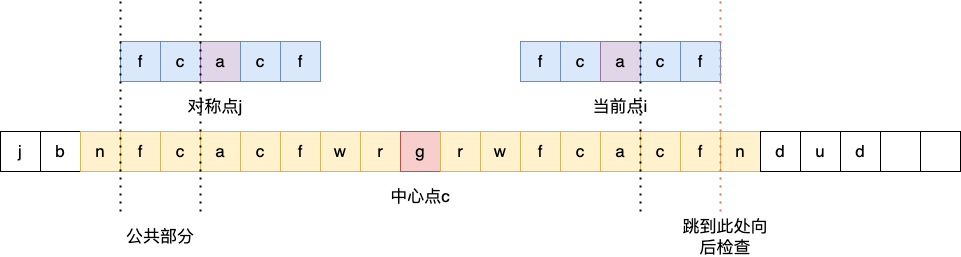
This is docs/01 算法/assets/类型02-字符串/Manacher.png from givedrug/coder-notes, a draw.io export, as it was before one commit. Source tidied: cells renumbered, new cells last; positions are measured from the earlier drawing's top-left corner, leaving out a move shared by most shapes. Source of this version:
```xml
<mxGraphModel>
  <root>
    <mxCell id="0" />
    <mxCell id="1" parent="0" />
    <mxCell id="2" value="j" style="whiteSpace=wrap;html=1;fontSize=17;" parent="1" vertex="1">
      <mxGeometry y="130" width="40" height="40" as="geometry" />
    </mxCell>
    <mxCell id="3" value="b" style="whiteSpace=wrap;html=1;fontSize=17;" parent="1" vertex="1">
      <mxGeometry x="40" y="130" width="40" height="40" as="geometry" />
    </mxCell>
    <mxCell id="4" value="n" style="whiteSpace=wrap;html=1;fontSize=17;fillColor=#fff2cc;strokeColor=#d6b656;" parent="1" vertex="1">
      <mxGeometry x="80" y="130" width="40" height="40" as="geometry" />
    </mxCell>
    <mxCell id="5" value="f" style="whiteSpace=wrap;html=1;fontSize=17;fillColor=#fff2cc;strokeColor=#d6b656;" parent="1" vertex="1">
      <mxGeometry x="120" y="130" width="40" height="40" as="geometry" />
    </mxCell>
    <mxCell id="6" value="c" style="whiteSpace=wrap;html=1;fontSize=17;fillColor=#fff2cc;strokeColor=#d6b656;" parent="1" vertex="1">
      <mxGeometry x="160" y="130" width="40" height="40" as="geometry" />
    </mxCell>
    <mxCell id="7" value="a" style="whiteSpace=wrap;html=1;fontSize=17;fillColor=#fff2cc;strokeColor=#d6b656;" parent="1" vertex="1">
      <mxGeometry x="200" y="130" width="40" height="40" as="geometry" />
    </mxCell>
    <mxCell id="8" value="c" style="whiteSpace=wrap;html=1;fontSize=17;fillColor=#fff2cc;strokeColor=#d6b656;" parent="1" vertex="1">
      <mxGeometry x="240" y="130" width="40" height="40" as="geometry" />
    </mxCell>
    <mxCell id="9" value="f" style="whiteSpace=wrap;html=1;fontSize=17;fillColor=#fff2cc;strokeColor=#d6b656;" parent="1" vertex="1">
      <mxGeometry x="280" y="130" width="40" height="40" as="geometry" />
    </mxCell>
    <mxCell id="10" value="w" style="whiteSpace=wrap;html=1;fontSize=17;fillColor=#fff2cc;strokeColor=#d6b656;" parent="1" vertex="1">
      <mxGeometry x="320" y="130" width="40" height="40" as="geometry" />
    </mxCell>
    <mxCell id="11" value="r" style="whiteSpace=wrap;html=1;fontSize=17;fillColor=#fff2cc;strokeColor=#d6b656;" parent="1" vertex="1">
      <mxGeometry x="360" y="130" width="40" height="40" as="geometry" />
    </mxCell>
    <mxCell id="12" value="g" style="whiteSpace=wrap;html=1;fontSize=17;fillColor=#f8cecc;strokeColor=#b85450;" parent="1" vertex="1">
      <mxGeometry x="400" y="130" width="40" height="40" as="geometry" />
    </mxCell>
    <mxCell id="13" value="r" style="whiteSpace=wrap;html=1;fontSize=17;fillColor=#fff2cc;strokeColor=#d6b656;" parent="1" vertex="1">
      <mxGeometry x="440" y="130" width="40" height="40" as="geometry" />
    </mxCell>
    <mxCell id="14" value="w" style="whiteSpace=wrap;html=1;fontSize=17;fillColor=#fff2cc;strokeColor=#d6b656;" parent="1" vertex="1">
      <mxGeometry x="480" y="130" width="40" height="40" as="geometry" />
    </mxCell>
    <mxCell id="15" value="f" style="whiteSpace=wrap;html=1;fontSize=17;fillColor=#fff2cc;strokeColor=#d6b656;" parent="1" vertex="1">
      <mxGeometry x="520" y="130" width="40" height="40" as="geometry" />
    </mxCell>
    <mxCell id="16" value="c" style="whiteSpace=wrap;html=1;fontSize=17;fillColor=#fff2cc;strokeColor=#d6b656;" parent="1" vertex="1">
      <mxGeometry x="560" y="130" width="40" height="40" as="geometry" />
    </mxCell>
    <mxCell id="17" value="a" style="whiteSpace=wrap;html=1;fontSize=17;fillColor=#fff2cc;strokeColor=#d6b656;" parent="1" vertex="1">
      <mxGeometry x="600" y="130" width="40" height="40" as="geometry" />
    </mxCell>
    <mxCell id="18" value="c" style="whiteSpace=wrap;html=1;fontSize=17;fillColor=#fff2cc;strokeColor=#d6b656;" parent="1" vertex="1">
      <mxGeometry x="640" y="130" width="40" height="40" as="geometry" />
    </mxCell>
    <mxCell id="19" value="f" style="whiteSpace=wrap;html=1;fontSize=17;fillColor=#fff2cc;strokeColor=#d6b656;" parent="1" vertex="1">
      <mxGeometry x="680" y="130" width="40" height="40" as="geometry" />
    </mxCell>
    <mxCell id="20" value="n" style="whiteSpace=wrap;html=1;fontSize=17;fillColor=#fff2cc;strokeColor=#d6b656;" parent="1" vertex="1">
      <mxGeometry x="720" y="130" width="40" height="40" as="geometry" />
    </mxCell>
    <mxCell id="21" value="d" style="whiteSpace=wrap;html=1;fontSize=17;" parent="1" vertex="1">
      <mxGeometry x="760" y="130" width="40" height="40" as="geometry" />
    </mxCell>
    <mxCell id="22" value="u" style="whiteSpace=wrap;html=1;fontSize=17;" parent="1" vertex="1">
      <mxGeometry x="800" y="130" width="40" height="40" as="geometry" />
    </mxCell>
    <mxCell id="23" value="d" style="whiteSpace=wrap;html=1;fontSize=17;" parent="1" vertex="1">
      <mxGeometry x="840" y="130" width="40" height="40" as="geometry" />
    </mxCell>
    <mxCell id="24" style="whiteSpace=wrap;html=1;fontSize=17;" parent="1" vertex="1">
      <mxGeometry x="880" y="130" width="40" height="40" as="geometry" />
    </mxCell>
    <mxCell id="25" style="whiteSpace=wrap;html=1;fontSize=17;" parent="1" vertex="1">
      <mxGeometry x="920" y="130" width="40" height="40" as="geometry" />
    </mxCell>
    <mxCell id="26" value="f" style="whiteSpace=wrap;html=1;fontSize=17;fillColor=#dae8fc;strokeColor=#6c8ebf;" parent="1" vertex="1">
      <mxGeometry x="120" y="40" width="40" height="40" as="geometry" />
    </mxCell>
    <mxCell id="27" value="c" style="whiteSpace=wrap;html=1;fontSize=17;fillColor=#dae8fc;strokeColor=#6c8ebf;" parent="1" vertex="1">
      <mxGeometry x="160" y="40" width="40" height="40" as="geometry" />
    </mxCell>
    <mxCell id="28" value="a" style="whiteSpace=wrap;html=1;fontSize=17;fillColor=#e1d5e7;strokeColor=#9673a6;" parent="1" vertex="1">
      <mxGeometry x="200" y="40" width="40" height="40" as="geometry" />
    </mxCell>
    <mxCell id="29" value="c" style="whiteSpace=wrap;html=1;fontSize=17;fillColor=#dae8fc;strokeColor=#6c8ebf;" parent="1" vertex="1">
      <mxGeometry x="240" y="40" width="40" height="40" as="geometry" />
    </mxCell>
    <mxCell id="30" value="f" style="whiteSpace=wrap;html=1;fontSize=17;fillColor=#dae8fc;strokeColor=#6c8ebf;" parent="1" vertex="1">
      <mxGeometry x="280" y="40" width="40" height="40" as="geometry" />
    </mxCell>
    <mxCell id="31" value="c" style="whiteSpace=wrap;html=1;fontSize=17;fillColor=#dae8fc;strokeColor=#6c8ebf;" parent="1" vertex="1">
      <mxGeometry x="560" y="40" width="40" height="40" as="geometry" />
    </mxCell>
    <mxCell id="32" value="a" style="whiteSpace=wrap;html=1;fontSize=17;fillColor=#e1d5e7;strokeColor=#9673a6;" parent="1" vertex="1">
      <mxGeometry x="600" y="40" width="40" height="40" as="geometry" />
    </mxCell>
    <mxCell id="33" value="c" style="whiteSpace=wrap;html=1;fontSize=17;fillColor=#dae8fc;strokeColor=#6c8ebf;" parent="1" vertex="1">
      <mxGeometry x="640" y="40" width="40" height="40" as="geometry" />
    </mxCell>
    <mxCell id="34" value="中心点c" style="text;html=1;strokeColor=none;fillColor=none;align=center;verticalAlign=middle;whiteSpace=wrap;rounded=0;fontSize=17;" parent="1" vertex="1">
      <mxGeometry x="375" y="180" width="90" height="30" as="geometry" />
    </mxCell>
    <mxCell id="35" value="当前点i" style="text;html=1;strokeColor=none;fillColor=none;align=center;verticalAlign=middle;whiteSpace=wrap;rounded=0;fontSize=17;" parent="1" vertex="1">
      <mxGeometry x="575" y="90" width="90" height="30" as="geometry" />
    </mxCell>
    <mxCell id="36" value="对称点j" style="text;html=1;strokeColor=none;fillColor=none;align=center;verticalAlign=middle;whiteSpace=wrap;rounded=0;fontSize=17;" parent="1" vertex="1">
      <mxGeometry x="170" y="90" width="90" height="30" as="geometry" />
    </mxCell>
    <mxCell id="37" style="endArrow=none;dashed=1;html=1;dashPattern=1 3;strokeWidth=2;rounded=0;" parent="1" edge="1">
      <mxGeometry relative="1" as="geometry">
        <mxPoint x="120" y="210" as="sourcePoint" />
        <mxPoint x="120" as="targetPoint" />
      </mxGeometry>
    </mxCell>
    <mxCell id="38" style="endArrow=none;dashed=1;html=1;dashPattern=1 3;strokeWidth=2;rounded=0;" parent="1" edge="1">
      <mxGeometry relative="1" as="geometry">
        <mxPoint x="200" y="210" as="sourcePoint" />
        <mxPoint x="200" as="targetPoint" />
      </mxGeometry>
    </mxCell>
    <mxCell id="39" value="f" style="whiteSpace=wrap;html=1;fontSize=17;fillColor=#dae8fc;strokeColor=#6c8ebf;" parent="1" vertex="1">
      <mxGeometry x="520" y="40" width="40" height="40" as="geometry" />
    </mxCell>
    <mxCell id="40" value="f" style="whiteSpace=wrap;html=1;fontSize=17;fillColor=#dae8fc;strokeColor=#6c8ebf;" parent="1" vertex="1">
      <mxGeometry x="680" y="40" width="40" height="40" as="geometry" />
    </mxCell>
    <mxCell id="41" value="公共部分" style="text;html=1;strokeColor=none;fillColor=none;align=center;verticalAlign=middle;whiteSpace=wrap;rounded=0;fontSize=17;" parent="1" vertex="1">
      <mxGeometry x="115" y="220" width="90" height="30" as="geometry" />
    </mxCell>
    <mxCell id="42" style="endArrow=none;dashed=1;html=1;dashPattern=1 3;strokeWidth=2;rounded=0;" parent="1" edge="1">
      <mxGeometry relative="1" as="geometry">
        <mxPoint x="640" y="210" as="sourcePoint" />
        <mxPoint x="640" as="targetPoint" />
      </mxGeometry>
    </mxCell>
    <mxCell id="43" style="endArrow=none;dashed=1;html=1;dashPattern=1 3;strokeWidth=2;rounded=0;strokeColor=#EA6B66;" parent="1" edge="1">
      <mxGeometry relative="1" as="geometry">
        <mxPoint x="720" y="210" as="sourcePoint" />
        <mxPoint x="720" as="targetPoint" />
      </mxGeometry>
    </mxCell>
    <mxCell id="44" value="跳到此处向后检查" style="text;html=1;strokeColor=none;fillColor=none;align=center;verticalAlign=middle;whiteSpace=wrap;rounded=0;fontSize=17;" parent="1" vertex="1">
      <mxGeometry x="680" y="220" width="90" height="30" as="geometry" />
    </mxCell>
  </root>
</mxGraphModel>
```
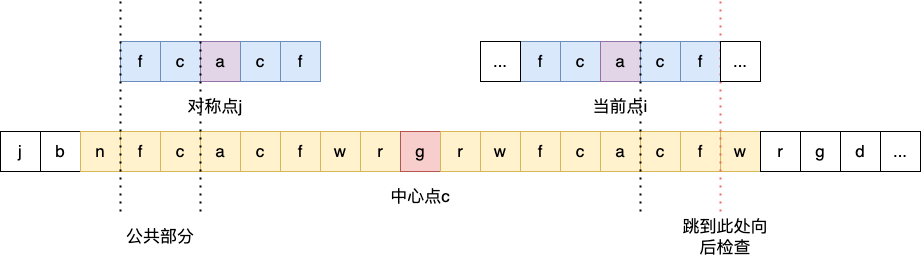
The same file after the commit.

Commit message:
vault backup: 2023-07-08 18:10:40

Affected files:
docs/01 算法/assets/类型02-字符串/Manacher.drawio
docs/01 算法/assets/类型02-字符串/Manacher.png

What changed in the source:
```diff
@@ -56,24 +56,21 @@
     <mxCell id="19" value="f" style="whiteSpace=wrap;html=1;fontSize=17;fillColor=#fff2cc;strokeColor=#d6b656;" parent="1" vertex="1">
       <mxGeometry x="680" y="130" width="40" height="40" as="geometry" />
     </mxCell>
-    <mxCell id="20" value="n" style="whiteSpace=wrap;html=1;fontSize=17;fillColor=#fff2cc;strokeColor=#d6b656;" parent="1" vertex="1">
+    <mxCell id="20" value="w" style="whiteSpace=wrap;html=1;fontSize=17;fillColor=#fff2cc;strokeColor=#d6b656;" parent="1" vertex="1">
       <mxGeometry x="720" y="130" width="40" height="40" as="geometry" />
     </mxCell>
-    <mxCell id="21" value="d" style="whiteSpace=wrap;html=1;fontSize=17;" parent="1" vertex="1">
+    <mxCell id="21" value="r" style="whiteSpace=wrap;html=1;fontSize=17;" parent="1" vertex="1">
       <mxGeometry x="760" y="130" width="40" height="40" as="geometry" />
     </mxCell>
-    <mxCell id="22" value="u" style="whiteSpace=wrap;html=1;fontSize=17;" parent="1" vertex="1">
+    <mxCell id="22" value="g" style="whiteSpace=wrap;html=1;fontSize=17;" parent="1" vertex="1">
       <mxGeometry x="800" y="130" width="40" height="40" as="geometry" />
     </mxCell>
     <mxCell id="23" value="d" style="whiteSpace=wrap;html=1;fontSize=17;" parent="1" vertex="1">
       <mxGeometry x="840" y="130" width="40" height="40" as="geometry" />
     </mxCell>
-    <mxCell id="24" style="whiteSpace=wrap;html=1;fontSize=17;" parent="1" vertex="1">
+    <mxCell id="24" value="..." style="whiteSpace=wrap;html=1;fontSize=17;" parent="1" vertex="1">
       <mxGeometry x="880" y="130" width="40" height="40" as="geometry" />
     </mxCell>
-    <mxCell id="25" style="whiteSpace=wrap;html=1;fontSize=17;" parent="1" vertex="1">
-      <mxGeometry x="920" y="130" width="40" height="40" as="geometry" />
-    </mxCell>
     <mxCell id="26" value="f" style="whiteSpace=wrap;html=1;fontSize=17;fillColor=#dae8fc;strokeColor=#6c8ebf;" parent="1" vertex="1">
       <mxGeometry x="120" y="40" width="40" height="40" as="geometry" />
     </mxCell>
@@ -143,5 +140,11 @@
     <mxCell id="44" value="跳到此处向后检查" style="text;html=1;strokeColor=none;fillColor=none;align=center;verticalAlign=middle;whiteSpace=wrap;rounded=0;fontSize=17;" parent="1" vertex="1">
       <mxGeometry x="680" y="220" width="90" height="30" as="geometry" />
     </mxCell>
+    <mxCell id="45" value="..." style="whiteSpace=wrap;html=1;fontSize=17;" parent="1" vertex="1">
+      <mxGeometry x="720" y="40" width="40" height="40" as="geometry" />
+    </mxCell>
+    <mxCell id="46" value="..." style="whiteSpace=wrap;html=1;fontSize=17;" parent="1" vertex="1">
+      <mxGeometry x="480" y="40" width="40" height="40" as="geometry" />
+    </mxCell>
   </root>
 </mxGraphModel>
```
